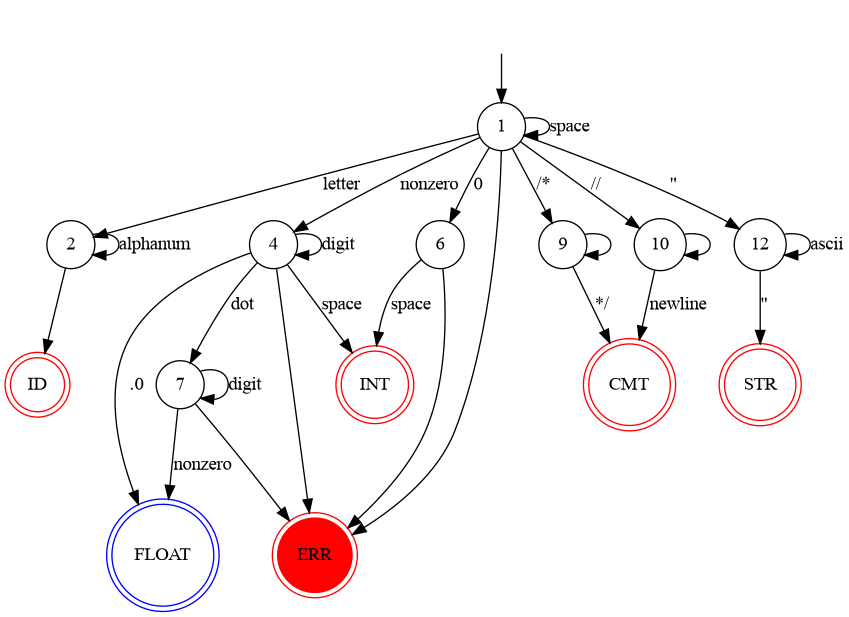
Above: resources/diagrams/lexing_dfa.png in Wmbat/toy_compiler (Graphviz), before the change. Its source is kept beside it as resources/diagrams/lexing_dfa.dot. The source it was exported from:
```dot
digraph dfa {
  "" [shape=none]
  "1" [shape=circle]
  "2" [shape=circle]
  "3" [shape=doublecircle, label="ID", color=red]
  "4" [shape=circle]
  "5" [shape=doublecircle, label="INT", color=red]
  "6" [shape=circle]
  "7" [shape=circle]
  "8" [shape=doublecircle, label="FLOAT", color=blue]
  "9" [shape=circle]
  "10" [shape=circle]
  "11" [shape=doublecircle, label="CMT", color=red]
  "12" [shape=circle]
  "13" [shape=doublecircle, label="STR", color=red]
  "40" [shape=doublecircle, label="ERR", color=red, style=filled]

  "" -> "1"
  "1" -> "1" [label="space"]
  "1" -> "40"

  "1" -> "2" [label="letter"]
  "2" -> "2" [label="alphanum"]
  "2" -> "3"

  "1" -> "4" [label="nonzero"]
  "4" -> "4" [label="digit"]
  "4" -> "40"
  "4" -> "5" [label="space"]

  "1" -> "6" [label="0"]
  "6" -> "40"
  "6" -> "5" [label="space"]

  "4" -> "7" [label="dot"]
  "7" -> "7" [label="digit"]
  "7" -> "8" [label="nonzero"]
  "7" -> "40"

  "4" -> "8" [label=".0"]

  "1" -> "9" [label="/*"]
  "9" -> "9"
  "9" -> "11" [label="*/"]

  "1" -> "10" [label="//"]
  "10" -> "10"
  "10" -> "11" [label="newline"]

  "1" -> "12" [label="\""]
  "12" -> "12" [label="ascii"]
  "12" -> "13" [label="\""]
}
```
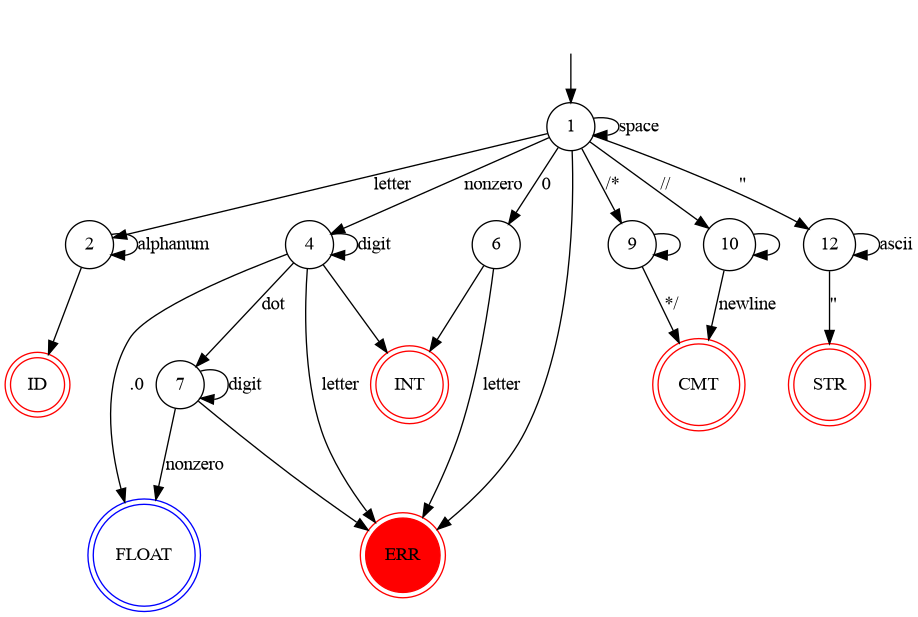
Above is the later version.

Diff of the diagram source:
```diff
@@ -25,12 +25,12 @@
 
   "1" -> "4" [label="nonzero"]
   "4" -> "4" [label="digit"]
-  "4" -> "40"
-  "4" -> "5" [label="space"]
+  "4" -> "40" [label="letter"]
+  "4" -> "5"
 
   "1" -> "6" [label="0"]
-  "6" -> "40"
-  "6" -> "5" [label="space"]
+  "6" -> "40" [label="letter"]
+  "6" -> "5"
 
   "4" -> "7" [label="dot"]
   "7" -> "7" [label="digit"]
```
